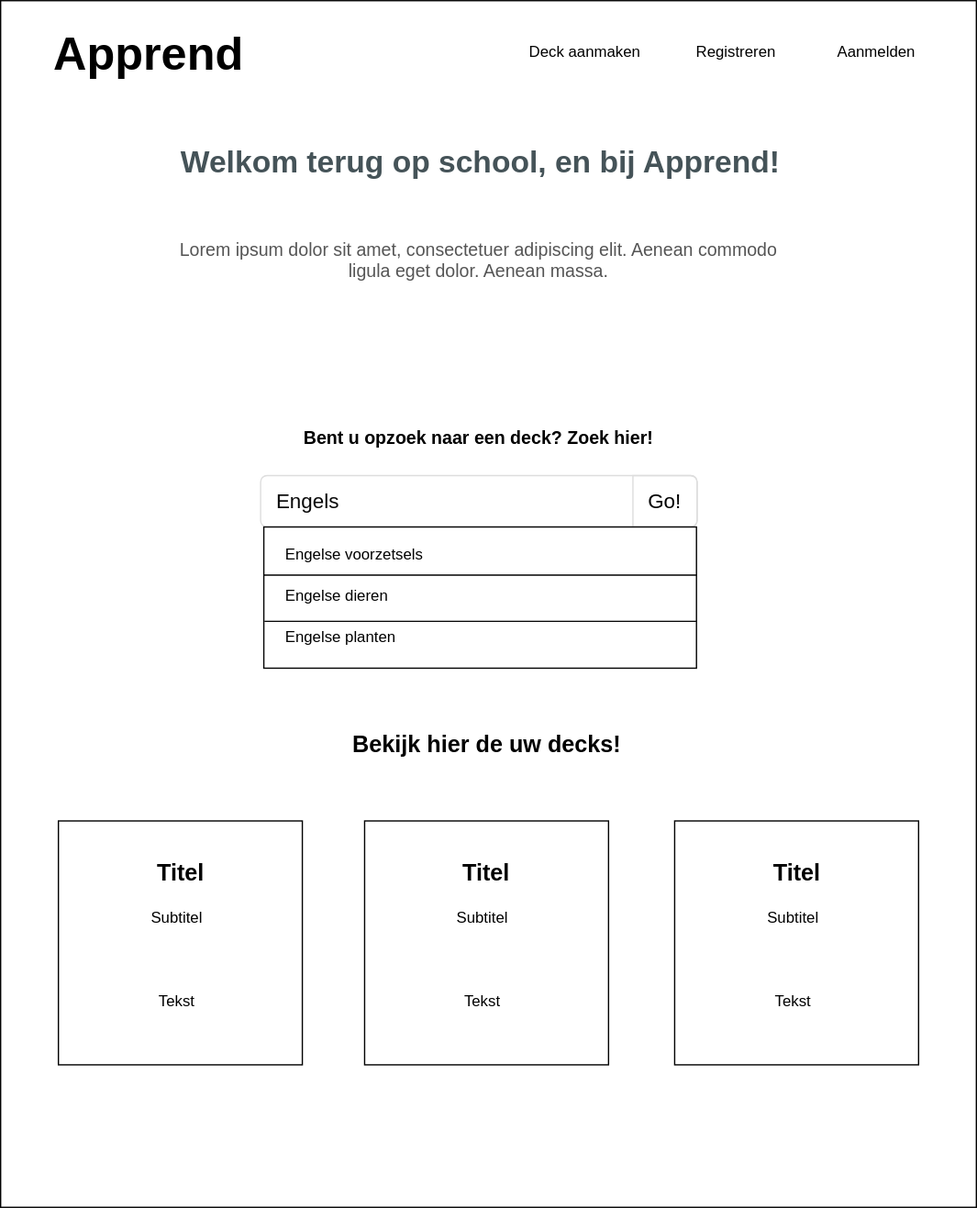
This is Documentatie/Wireframes/Apprend-home-webapp-homepage-with-search.svg from JorisNijkamp1/Apprend, a draw.io export, as it was before one commit. Source tidied: cells renumbered, new cells last; positions are measured from the earlier drawing's top-left corner, leaving out a move shared by most shapes. The source it was exported from:
```xml
<mxGraphModel>
  <root>
    <mxCell id="0" />
    <mxCell id="1" parent="0" />
    <mxCell id="2" style="rounded=0;whiteSpace=wrap;html=1;" parent="1" vertex="1">
      <mxGeometry width="760" height="940" as="geometry" />
    </mxCell>
    <mxCell id="3" value="&lt;font style=&quot;font-size: 36px&quot;&gt;&lt;b&gt;Apprend&lt;/b&gt;&lt;/font&gt;" style="text;html=1;strokeColor=none;fillColor=none;align=center;verticalAlign=middle;whiteSpace=wrap;rounded=0;" parent="1" vertex="1">
      <mxGeometry x="40" y="30" width="150" height="20" as="geometry" />
    </mxCell>
    <mxCell id="4" value="Aanmelden" style="text;html=1;align=left;verticalAlign=top;spacingTop=-4;" parent="1" vertex="1">
      <mxGeometry x="650" y="30" width="80" height="20" as="geometry" />
    </mxCell>
    <mxCell id="5" value="Registreren" style="text;html=1;align=left;verticalAlign=top;spacingTop=-4;" parent="1" vertex="1">
      <mxGeometry x="540" y="30" width="80" height="20" as="geometry" />
    </mxCell>
    <mxCell id="6" value="Deck aanmaken&lt;br&gt;" style="text;html=1;align=left;verticalAlign=top;spacingTop=-4;" parent="1" vertex="1">
      <mxGeometry x="410" y="30" width="100" height="20" as="geometry" />
    </mxCell>
    <mxCell id="7" value="&lt;h2 class=&quot;UIHeading UIHeading--two&quot; style=&quot;box-sizing: inherit ; margin: 0px ; padding: 0px ; line-height: 1.26316 ; color: rgb(69 , 83 , 88) ; background-color: rgb(255 , 255 , 255)&quot;&gt;&lt;font style=&quot;font-size: 24px&quot;&gt;Welkom terug op school, en bij Apprend!&lt;/font&gt;&lt;/h2&gt;" style="text;html=1;strokeColor=none;fillColor=none;align=center;verticalAlign=middle;whiteSpace=wrap;rounded=0;" parent="1" vertex="1">
      <mxGeometry x="138.5" y="95" width="470" height="60" as="geometry" />
    </mxCell>
    <mxCell id="8" value="&lt;div style=&quot;text-align: justify&quot;&gt;&lt;span style=&quot;font-size: 14px&quot;&gt;&lt;br&gt;&lt;/span&gt;&lt;/div&gt;&lt;font&gt;&lt;span style=&quot;text-align: justify ; background-color: rgb(255 , 255 , 255)&quot;&gt;&lt;font color=&quot;#555555&quot; face=&quot;verdana, arial, sans-serif&quot;&gt;&lt;span style=&quot;font-size: 14px&quot;&gt;Lorem ipsum dolor sit amet, consectetuer adipiscing elit. Aenean commodo ligula eget dolor. Aenean massa.&lt;/span&gt;&lt;/font&gt;&lt;/span&gt;&lt;br&gt;&lt;/font&gt;" style="text;html=1;strokeColor=none;fillColor=none;align=center;verticalAlign=middle;whiteSpace=wrap;rounded=0;" parent="1" vertex="1">
      <mxGeometry x="125" y="150" width="495" height="85" as="geometry" />
    </mxCell>
    <mxCell id="9" value="&lt;font color=&quot;#080808&quot;&gt;Engels&lt;/font&gt;" style="html=1;shadow=0;dashed=0;shape=mxgraph.bootstrap.rrect;rSize=5;strokeColor=#dddddd;align=left;spacingLeft=10;fontSize=16;fontColor=#dddddd;whiteSpace=wrap;" parent="1" vertex="1">
      <mxGeometry x="202.5" y="370" width="340" height="40" as="geometry" />
    </mxCell>
    <mxCell id="10" value="Go!" style="html=1;shadow=0;dashed=0;shape=mxgraph.bootstrap.rightButton;rSize=5;strokeColor=#dddddd;fillColor=none;fontSize=16;whiteSpace=wrap;" parent="9" vertex="1">
      <mxGeometry x="1" width="50" height="40" relative="1" as="geometry">
        <mxPoint x="-50" as="offset" />
      </mxGeometry>
    </mxCell>
    <mxCell id="11" value="&lt;b&gt;&lt;font style=&quot;font-size: 14px&quot;&gt;Bent u opzoek naar een deck? Zoek hier!&lt;/font&gt;&lt;/b&gt;" style="text;html=1;strokeColor=none;fillColor=none;align=center;verticalAlign=middle;whiteSpace=wrap;rounded=0;" parent="1" vertex="1">
      <mxGeometry x="233.5" y="330" width="278" height="20" as="geometry" />
    </mxCell>
    <mxCell id="12" style="group;" parent="1" vertex="1">
      <mxGeometry x="40" y="610" width="190" height="190" as="geometry" />
    </mxCell>
    <mxCell id="13" style="rounded=0;whiteSpace=wrap;html=1;" parent="1" vertex="1">
      <mxGeometry x="205" y="410" width="337" height="110" as="geometry" />
    </mxCell>
    <mxCell id="14" value="Engelse voorzetsels" style="text;html=1;strokeColor=none;fillColor=none;align=left;verticalAlign=middle;whiteSpace=wrap;rounded=0;" parent="1" vertex="1">
      <mxGeometry x="220" y="416" width="145" height="30" as="geometry" />
    </mxCell>
    <mxCell id="15" value="Engelse dieren" style="text;html=1;strokeColor=none;fillColor=none;align=left;verticalAlign=middle;whiteSpace=wrap;rounded=0;" parent="1" vertex="1">
      <mxGeometry x="220" y="448" width="145" height="30" as="geometry" />
    </mxCell>
    <mxCell id="16" value="Engelse planten" style="text;html=1;strokeColor=none;fillColor=none;align=left;verticalAlign=middle;whiteSpace=wrap;rounded=0;" parent="1" vertex="1">
      <mxGeometry x="220" y="480" width="145" height="30" as="geometry" />
    </mxCell>
    <mxCell id="17" style="endArrow=none;html=1;entryX=1;entryY=0.25;entryDx=0;entryDy=0;exitX=0;exitY=0.25;exitDx=0;exitDy=0;" parent="1" edge="1">
      <mxGeometry relative="1" as="geometry">
        <mxPoint x="205" y="447.5" as="sourcePoint" />
        <mxPoint x="542" y="447.5" as="targetPoint" />
      </mxGeometry>
    </mxCell>
    <mxCell id="18" style="endArrow=none;html=1;entryX=1;entryY=0.25;entryDx=0;entryDy=0;exitX=0;exitY=0.25;exitDx=0;exitDy=0;" parent="1" edge="1">
      <mxGeometry relative="1" as="geometry">
        <mxPoint x="205.5" y="483.5" as="sourcePoint" />
        <mxPoint x="542.5" y="483.5" as="targetPoint" />
      </mxGeometry>
    </mxCell>
    <mxCell id="19" value="&lt;b&gt;&lt;font style=&quot;font-size: 18px&quot;&gt;Bekijk hier de uw decks!&lt;/font&gt;&lt;/b&gt;" style="text;html=1;strokeColor=none;fillColor=none;align=center;verticalAlign=middle;whiteSpace=wrap;rounded=0;" parent="1" vertex="1">
      <mxGeometry x="220.5" y="569" width="315" height="20" as="geometry" />
    </mxCell>
    <mxCell id="20" style="group;" parent="1" vertex="1">
      <mxGeometry x="45" y="639" width="190" height="190" as="geometry" />
    </mxCell>
    <mxCell id="21" style="whiteSpace=wrap;html=1;" parent="20" vertex="1">
      <mxGeometry width="190" height="190" as="geometry" />
    </mxCell>
    <mxCell id="22" value="&lt;b&gt;&lt;font style=&quot;font-size: 18px&quot;&gt;Titel&lt;/font&gt;&lt;/b&gt;" style="text;html=1;strokeColor=none;fillColor=none;align=center;verticalAlign=middle;whiteSpace=wrap;rounded=0;" parent="20" vertex="1">
      <mxGeometry x="47.5" y="30" width="95" height="20" as="geometry" />
    </mxCell>
    <mxCell id="23" value="Subtitel" style="text;html=1;strokeColor=none;fillColor=none;align=center;verticalAlign=middle;whiteSpace=wrap;rounded=0;" parent="20" vertex="1">
      <mxGeometry x="16.5" y="65" width="150" height="20" as="geometry" />
    </mxCell>
    <mxCell id="24" value="Tekst" style="text;html=1;strokeColor=none;fillColor=none;align=center;verticalAlign=middle;whiteSpace=wrap;rounded=0;" parent="20" vertex="1">
      <mxGeometry x="11.5" y="130" width="160" height="20" as="geometry" />
    </mxCell>
    <mxCell id="25" style="group;" parent="1" vertex="1">
      <mxGeometry x="283.5" y="639" width="190" height="190" as="geometry" />
    </mxCell>
    <mxCell id="26" style="whiteSpace=wrap;html=1;" parent="25" vertex="1">
      <mxGeometry width="190" height="190" as="geometry" />
    </mxCell>
    <mxCell id="27" value="&lt;b&gt;&lt;font style=&quot;font-size: 18px&quot;&gt;Titel&lt;/font&gt;&lt;/b&gt;" style="text;html=1;strokeColor=none;fillColor=none;align=center;verticalAlign=middle;whiteSpace=wrap;rounded=0;" parent="25" vertex="1">
      <mxGeometry x="47.5" y="30" width="95" height="20" as="geometry" />
    </mxCell>
    <mxCell id="28" value="Subtitel" style="text;html=1;strokeColor=none;fillColor=none;align=center;verticalAlign=middle;whiteSpace=wrap;rounded=0;" parent="25" vertex="1">
      <mxGeometry x="16.5" y="65" width="150" height="20" as="geometry" />
    </mxCell>
    <mxCell id="29" value="Tekst" style="text;html=1;strokeColor=none;fillColor=none;align=center;verticalAlign=middle;whiteSpace=wrap;rounded=0;" parent="25" vertex="1">
      <mxGeometry x="11.5" y="130" width="160" height="20" as="geometry" />
    </mxCell>
    <mxCell id="30" style="group;" parent="1" vertex="1">
      <mxGeometry x="525" y="639" width="190" height="190" as="geometry" />
    </mxCell>
    <mxCell id="31" style="whiteSpace=wrap;html=1;" parent="30" vertex="1">
      <mxGeometry width="190" height="190" as="geometry" />
    </mxCell>
    <mxCell id="32" value="&lt;b&gt;&lt;font style=&quot;font-size: 18px&quot;&gt;Titel&lt;/font&gt;&lt;/b&gt;" style="text;html=1;strokeColor=none;fillColor=none;align=center;verticalAlign=middle;whiteSpace=wrap;rounded=0;" parent="30" vertex="1">
      <mxGeometry x="47.5" y="30" width="95" height="20" as="geometry" />
    </mxCell>
    <mxCell id="33" value="Subtitel" style="text;html=1;strokeColor=none;fillColor=none;align=center;verticalAlign=middle;whiteSpace=wrap;rounded=0;" parent="30" vertex="1">
      <mxGeometry x="16.5" y="65" width="150" height="20" as="geometry" />
    </mxCell>
    <mxCell id="34" value="Tekst" style="text;html=1;strokeColor=none;fillColor=none;align=center;verticalAlign=middle;whiteSpace=wrap;rounded=0;" parent="30" vertex="1">
      <mxGeometry x="11.5" y="130" width="160" height="20" as="geometry" />
    </mxCell>
  </root>
</mxGraphModel>
```
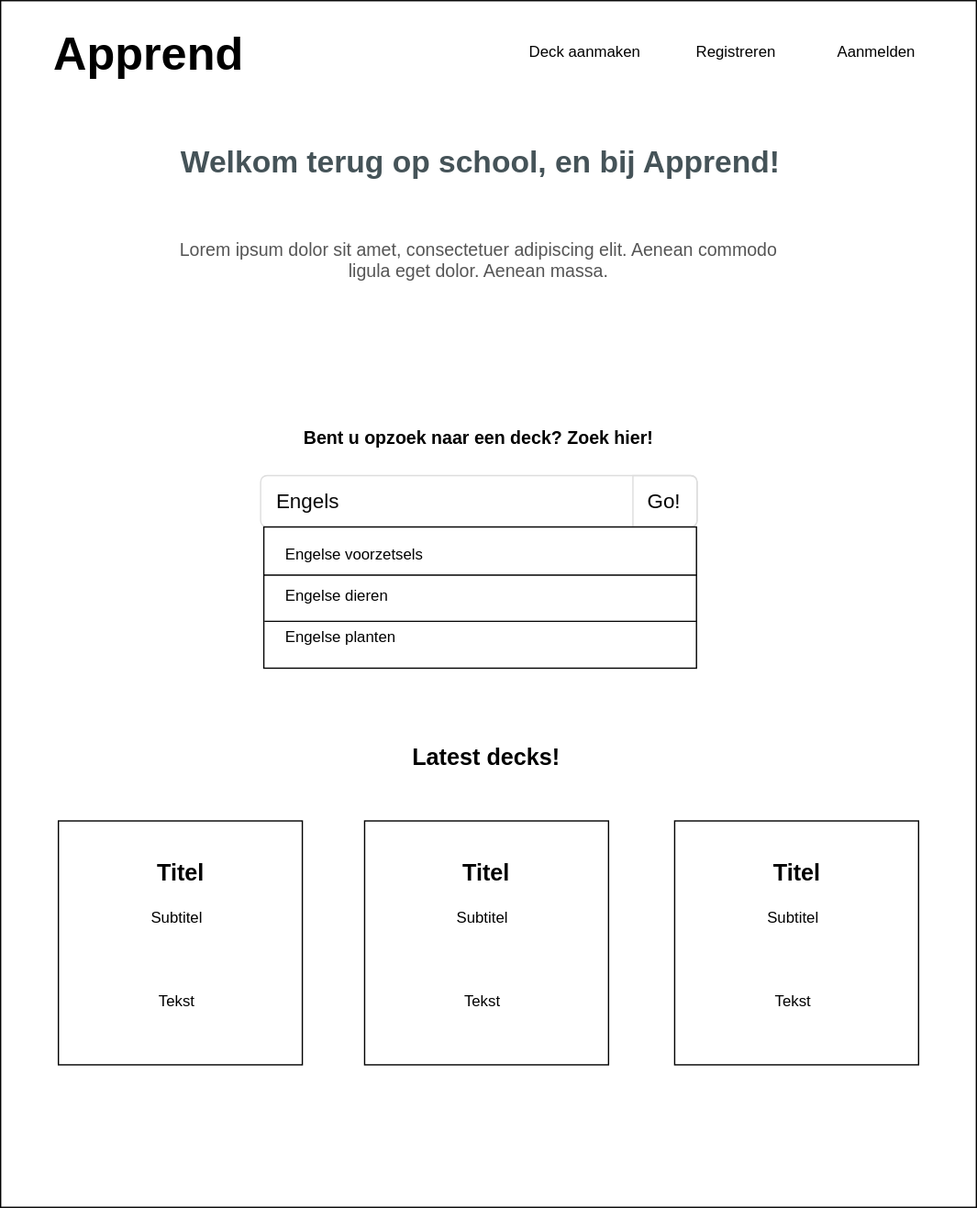
Later version of the same file.

Diff of the diagram source:
```diff
@@ -61,8 +61,8 @@
         <mxPoint x="542.5" y="483.5" as="targetPoint" />
       </mxGeometry>
     </mxCell>
-    <mxCell id="19" value="&lt;b&gt;&lt;font style=&quot;font-size: 18px&quot;&gt;Bekijk hier de uw decks!&lt;/font&gt;&lt;/b&gt;" style="text;html=1;strokeColor=none;fillColor=none;align=center;verticalAlign=middle;whiteSpace=wrap;rounded=0;" parent="1" vertex="1">
-      <mxGeometry x="220.5" y="569" width="315" height="20" as="geometry" />
+    <mxCell id="19" value="&lt;b&gt;&lt;font style=&quot;font-size: 18px&quot;&gt;Latest decks!&lt;/font&gt;&lt;/b&gt;" style="text;html=1;strokeColor=none;fillColor=none;align=center;verticalAlign=middle;whiteSpace=wrap;rounded=0;" parent="1" vertex="1">
+      <mxGeometry x="220.5" y="579" width="315" height="20" as="geometry" />
     </mxCell>
     <mxCell id="20" style="group;" parent="1" vertex="1">
       <mxGeometry x="45" y="639" width="190" height="190" as="geometry" />
```
